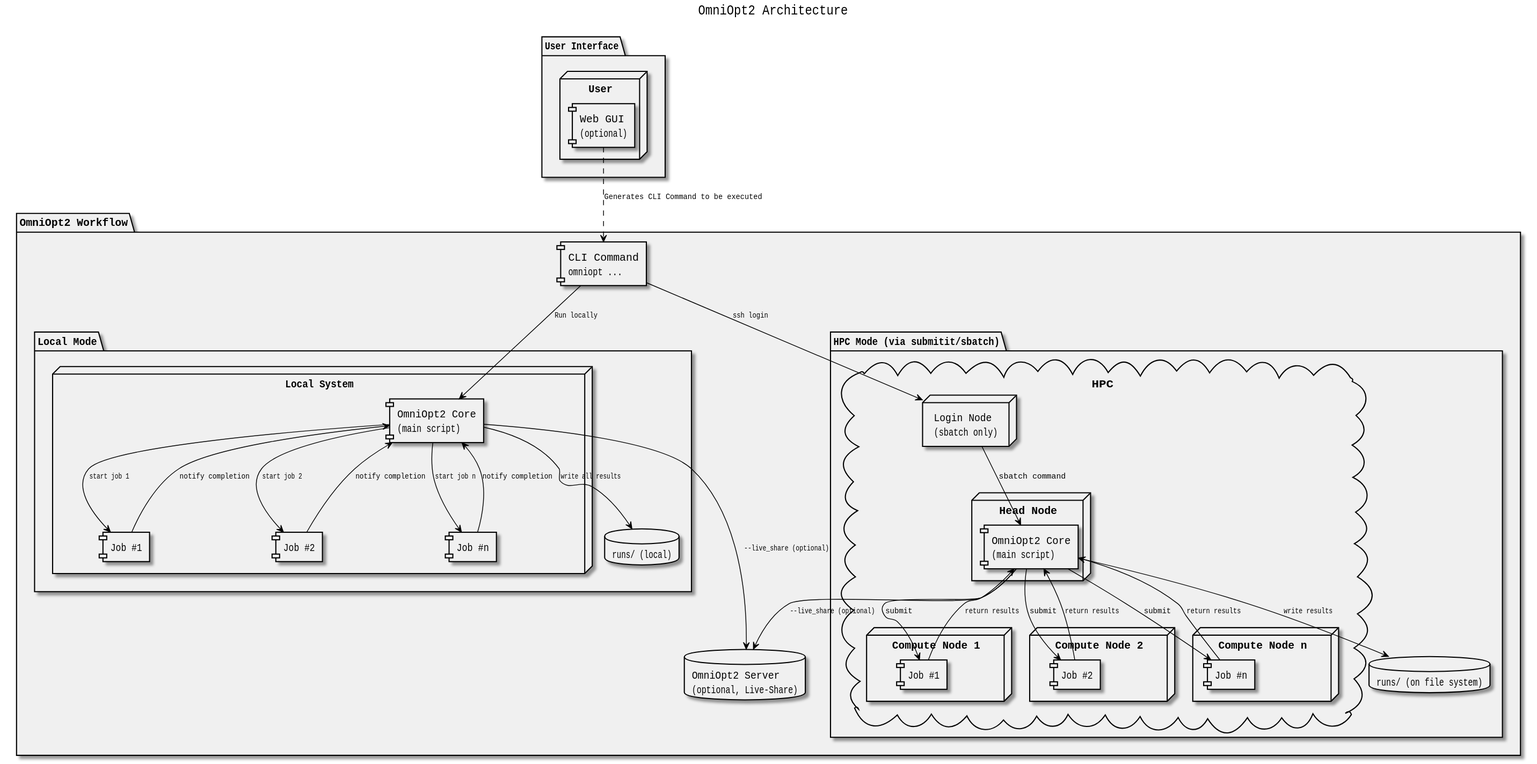
Before: .gui/documentation/output_light/architecture.svg, a diagram exported from PlantUML (NormanTUD/OmniOpt).
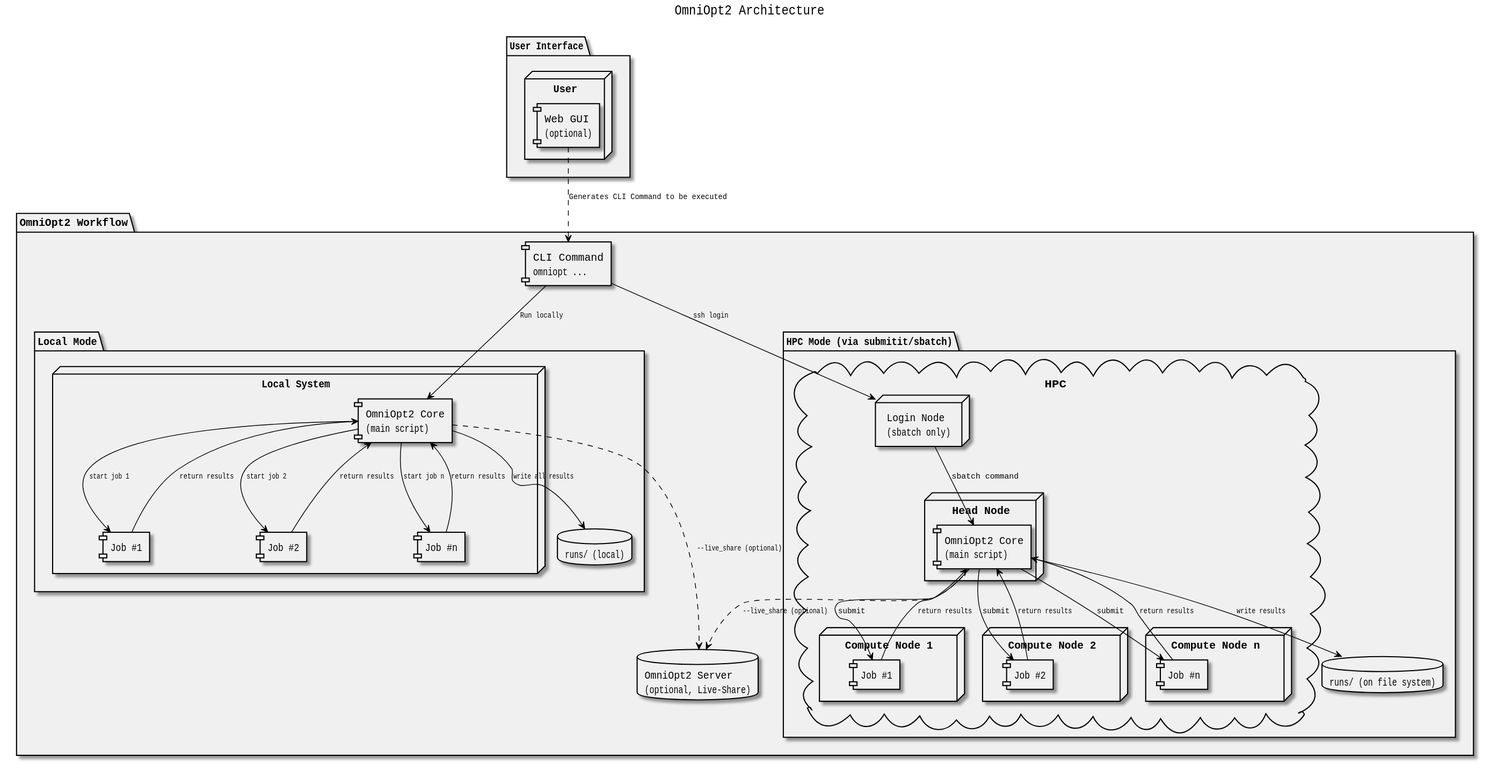
The same file after the commit.

Diff of the diagram source:
```diff
@@ -55,17 +55,17 @@
 	  CLI --> LocalCore : Run locally
 
 		  LocalCore --> LocalJobs1 : start job 1
-		  LocalJobs1 --> LocalCore : notify completion
+		  LocalJobs1 --> LocalCore : return results
 
 		  LocalCore --> LocalJobs2 : start job 2
-		  LocalJobs2 --> LocalCore : notify completion
+		  LocalJobs2 --> LocalCore : return results
 
 		  LocalCore --> LocalJobsN : start job n
-		  LocalJobsN --> LocalCore : notify completion
+		  LocalJobsN --> LocalCore : return results
 
 		  LocalCore --> LocalRuns : write all results
 
-		  LocalCore --> OmniOpt2Server : --live_share (optional)
+		  LocalCore ..> OmniOpt2Server : --live_share (optional)
   }
 
   package "HPC Mode (via submitit/sbatch)" {
@@ -105,7 +105,7 @@
     Job3 -down-> HPCMaster : return results
 
     HPCMaster --> HPCRuns : write results
-    HPCMaster --> OmniOpt2Server : --live_share (optional)
+    HPCMaster ..> OmniOpt2Server : --live_share (optional)
   }
 }
 
```
